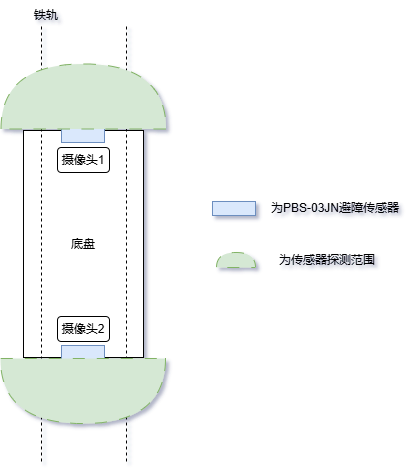
sirius-zyj/Images keeps this draw.io diagram as Car/安全防撞.drawio.png. Above is the earlier version. Source tidied: cells renumbered, new cells last; positions are measured from the earlier drawing's top-left corner, leaving out a move shared by most shapes.
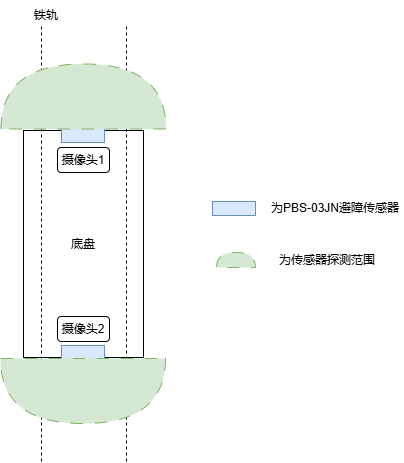
Later version of the same file.

Commit message:
更新安全防撞.drawio.png

What changed in the source:
```diff
@@ -1,4 +1,4 @@
-<mxGraphModel shadow="1">
+<mxGraphModel>
   <root>
     <mxCell id="0" />
     <mxCell id="1" parent="0" />
```
